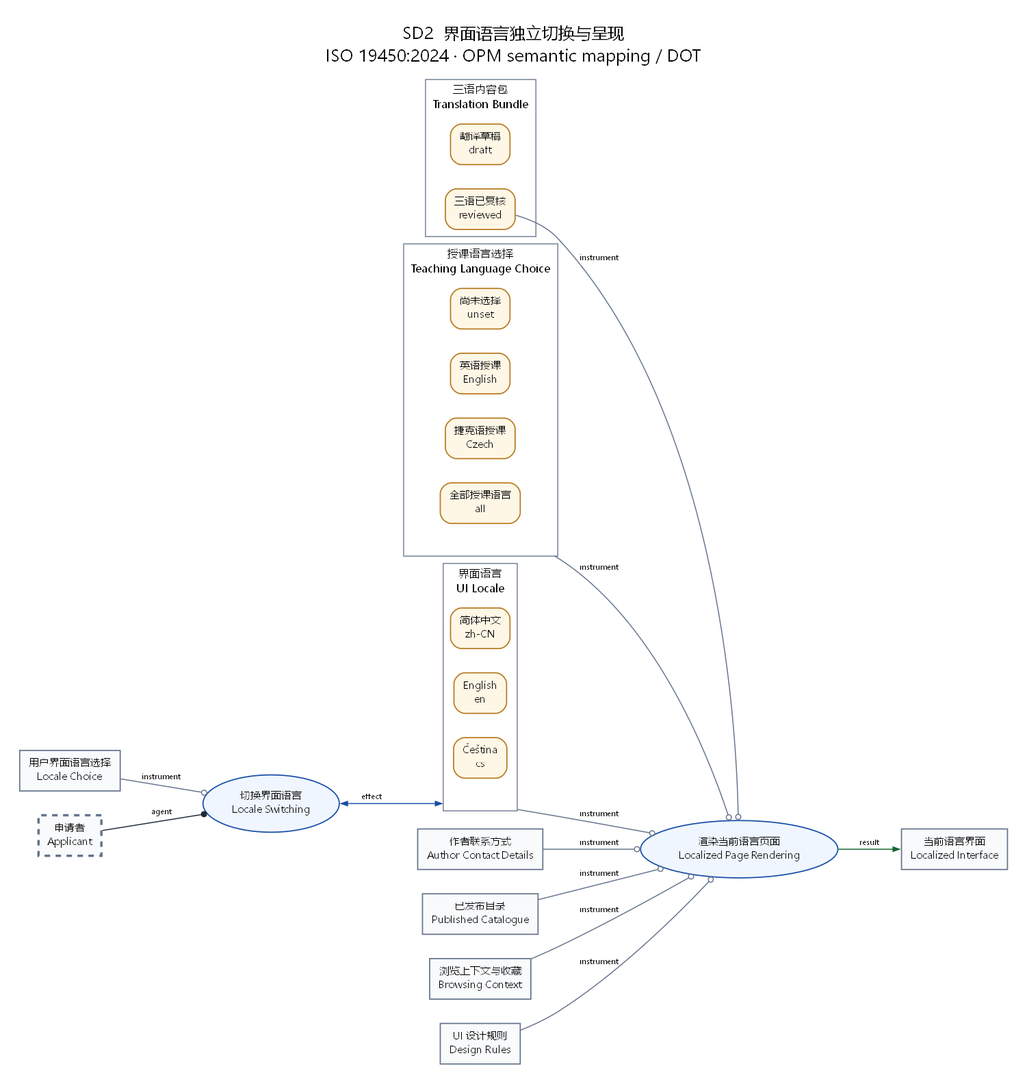
Earlier version of the Graphviz export opm/SD2.png (witold-andelie/Czech-Uni-Application). Its source is kept beside it as opm/SD2.dot.
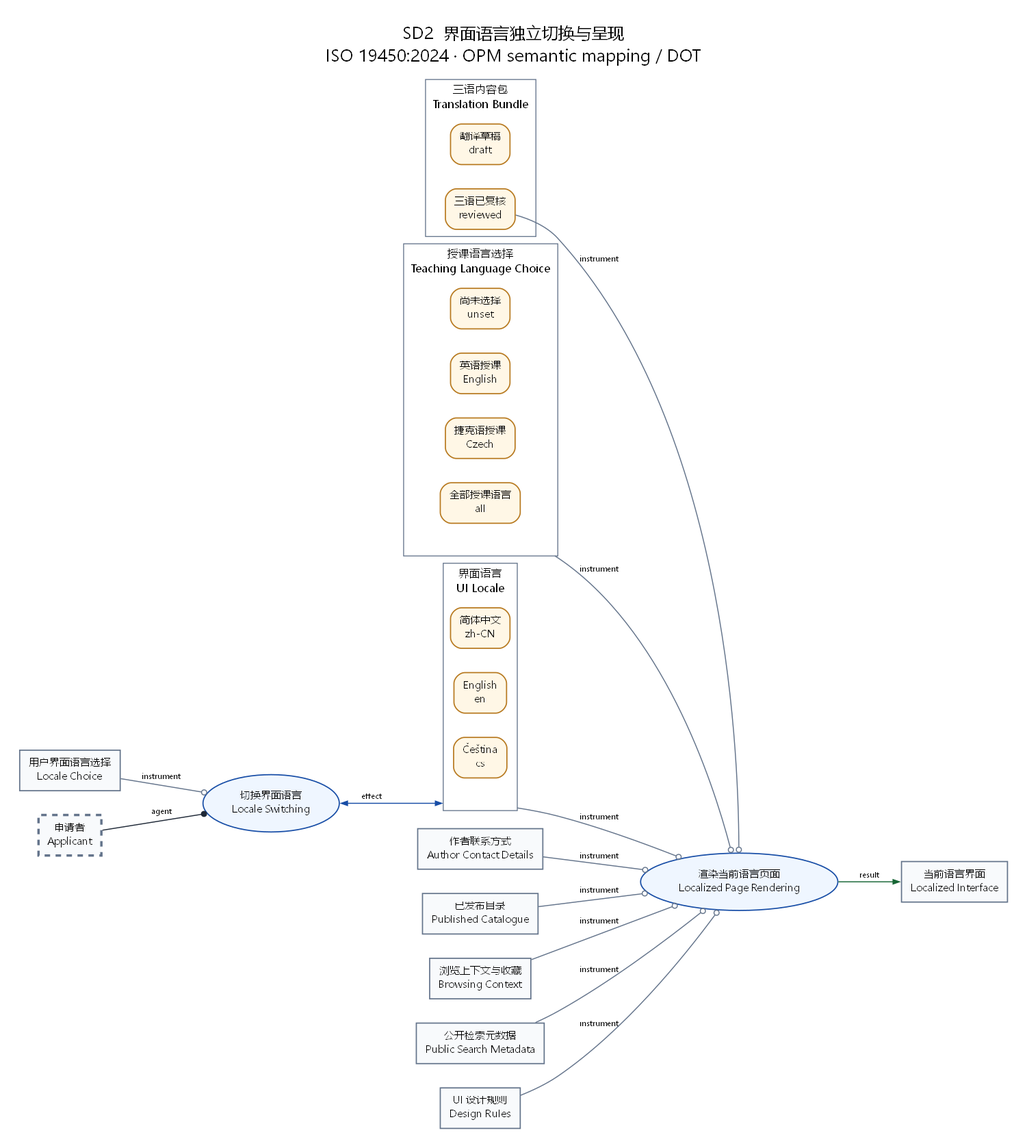
After the change.

Commit message:
Expose localized pages to search with canonical URLs and validated sitemap

Change to the diagram source:
```diff
@@ -28,6 +28,7 @@
   intent [label="用户界面语言选择\nLocale Choice", shape="box", style="filled", fillcolor="#F8FAFC", color="#64748B", opm_kind="object"];
   present [label="渲染当前语言页面\nLocalized Page Rendering", shape="ellipse", style="filled", fillcolor="#EFF6FF", color="#174DA6", opm_kind="process"];
   screen [label="当前语言界面\nLocalized Interface", shape="box", style="filled", fillcolor="#F8FAFC", color="#64748B", opm_kind="object"];
+  searchmetadata [label="公开检索元数据\nPublic Search Metadata", shape="box", style="filled", fillcolor="#F8FAFC", color="#64748B", opm_kind="object"];
   switch [label="切换界面语言\nLocale Switching", shape="ellipse", style="filled", fillcolor="#EFF6FF", color="#174DA6", opm_kind="process"];
   tokens [label="UI 设计规则\nDesign Rules", shape="box", style="filled", fillcolor="#F8FAFC", color="#64748B", opm_kind="object"];
   user [label="申请者\nApplicant", shape="box", style="dashed,filled", fillcolor="#F8FAFC", color="#64748B", opm_kind="object", penwidth="2.6"];
@@ -42,4 +43,5 @@
   catalog -> present [arrowhead="odot", color="#64748B", label="instrument", opm_relation="instrument"];
   present -> screen [arrowhead="normal", color="#166534", label="result", opm_relation="result"];
   authorcontact -> present [arrowhead="odot", color="#64748B", label="instrument", opm_relation="instrument"];
+  searchmetadata -> present [arrowhead="odot", color="#64748B", label="instrument", opm_relation="instrument"];
 }
```
